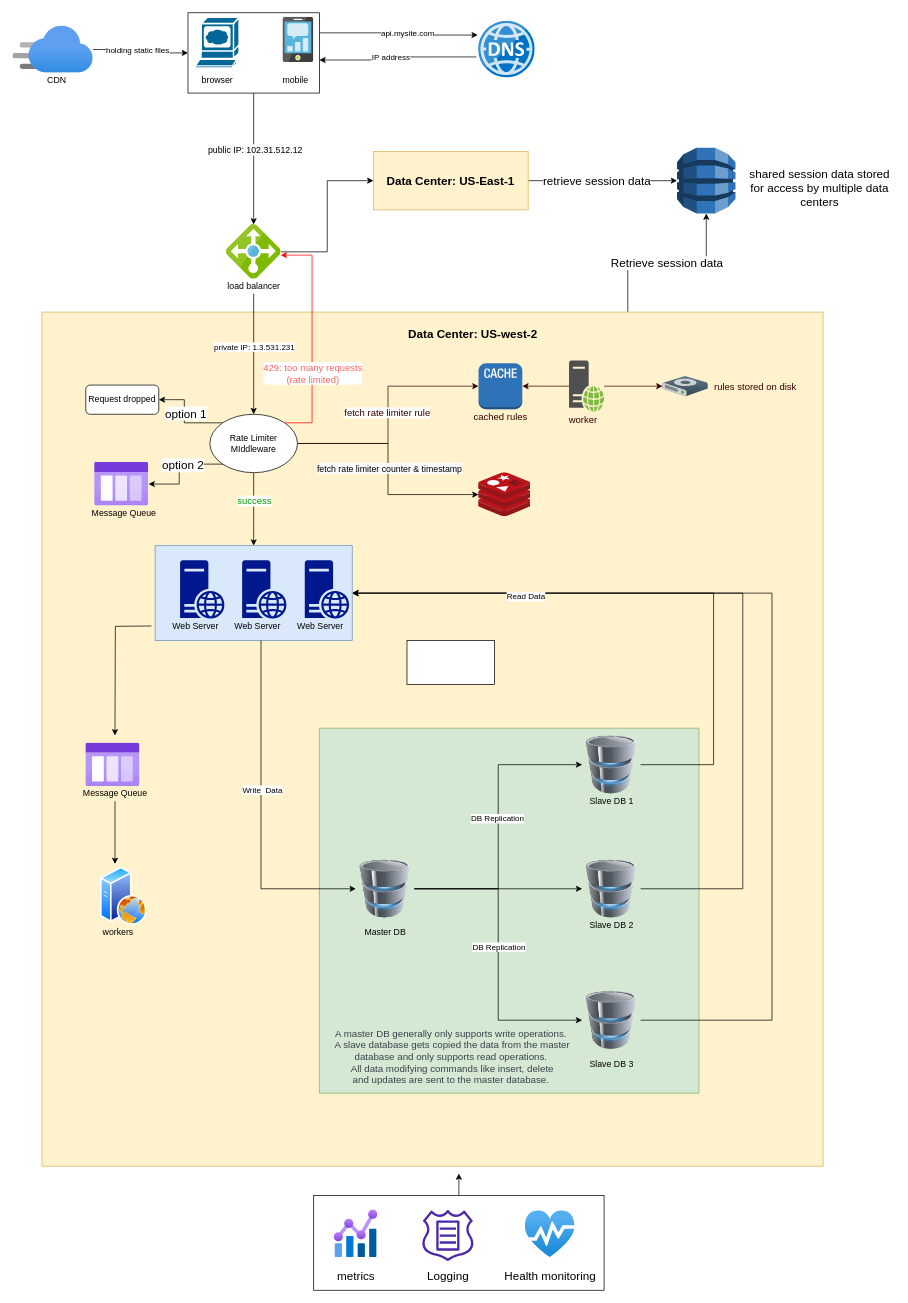
Before: Untitled Diagram.drawio in qiusli/FLAG, a draw.io diagram. Source tidied: cells renumbered, new cells numbered last; positions are measured from the earlier drawing's top-left corner, leaving out a move shared by most shapes. Both pictures are drawn from the tidied source at 73%, with x=0, y=0 at pixel (12, 12).
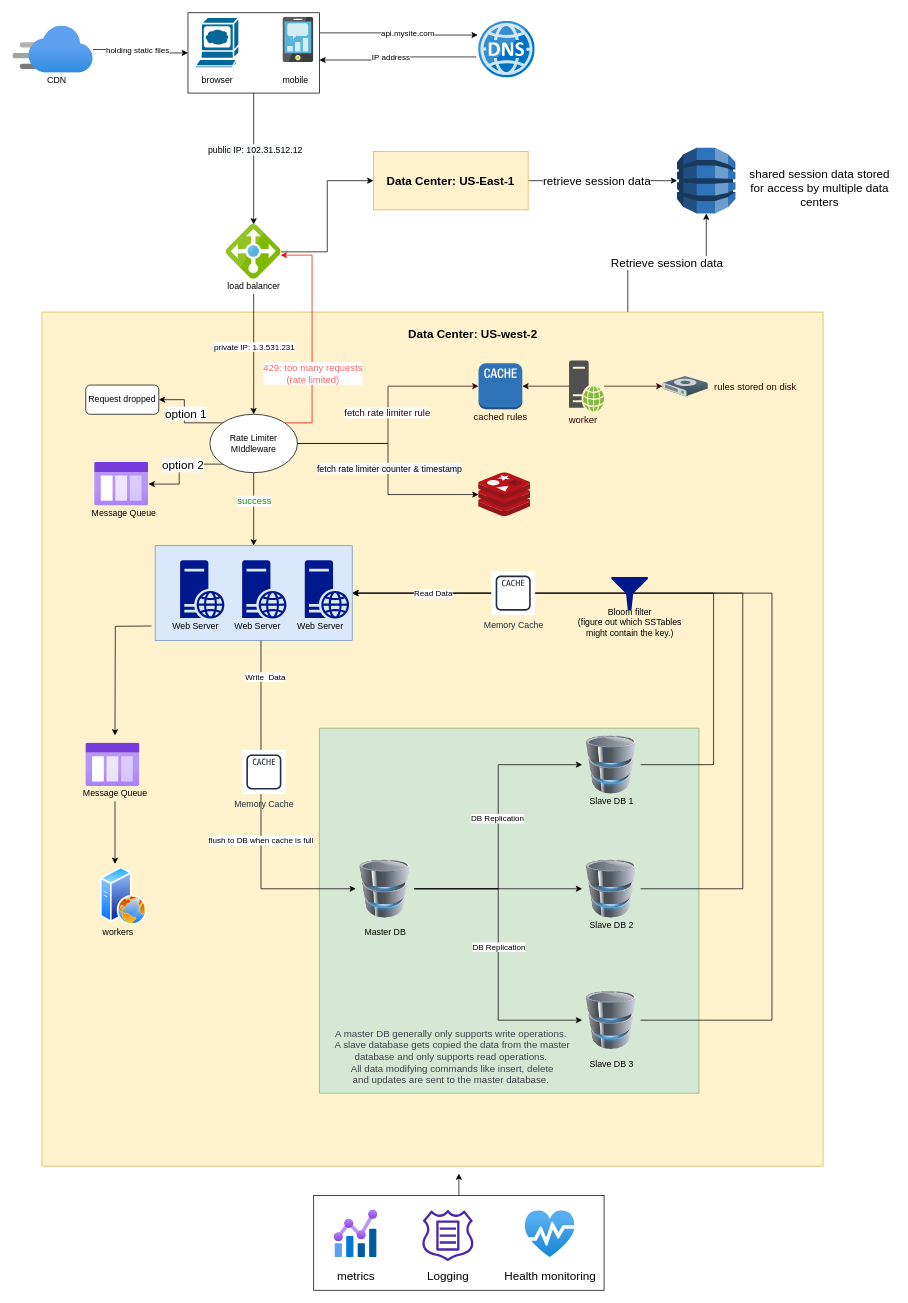
The same page after the edit.

Unchanged cells that the change refers to:
```xml
<mxCell id="49" style="edgeStyle=orthogonalEdgeStyle;rounded=0;jettySize=auto;html=1;entryX=0;entryY=0.5;entryDx=0;entryDy=0;" parent="1" edge="1" target="58">
  <mxGeometry relative="1" as="geometry">
    <mxPoint x="340" y="860" as="sourcePoint" />
    <Array as="points">
      <mxPoint x="340" y="1200" />
    </Array>
  </mxGeometry>
</mxCell>
<mxCell id="63" style="edgeStyle=orthogonalEdgeStyle;rounded=0;jettySize=auto;html=1;entryX=1;entryY=0.5;entryDx=0;entryDy=0;strokeColor=default;" parent="1" edge="1" source="65" target="8">
  <mxGeometry relative="1" as="geometry">
    <Array as="points">
      <mxPoint x="960" y="1030" />
      <mxPoint x="960" y="795" />
    </Array>
  </mxGeometry>
</mxCell>
```

Change to the diagram source:
```diff
@@
     <mxCell id="50" value="Write&amp;nbsp; Data" style="edgeLabel;html=1;align=center;verticalAlign=middle;" parent="49" vertex="1">
-      <mxGeometry x="-0.13" y="1" relative="1" as="geometry" />
+      <mxGeometry x="-0.13" y="1" relative="1" as="geometry">
+        <mxPoint x="4" y="-155" as="offset" />
+      </mxGeometry>
     </mxCell>
+    <mxCell id="99" value="flush to DB when cache is full" style="edgeLabel;html=1;align=center;verticalAlign=middle;" parent="49" vertex="1">
+      <mxGeometry x="0.16" y="-1" relative="1" as="geometry" />
+    </mxCell>
@@
     <mxCell id="64" value="Read Data" style="edgeLabel;html=1;align=center;verticalAlign=middle;" parent="63" vertex="1">
-      <mxGeometry x="0.43" y="4" relative="1" as="geometry" />
+      <mxGeometry x="0.43" y="4" relative="1" as="geometry">
+        <mxPoint x="-127" y="-4" as="offset" />
+      </mxGeometry>
     </mxCell>
@@
-    <mxCell id="76" style="rounded=0;whiteSpace=wrap;html=1;" parent="1" vertex="1">
-      <mxGeometry x="540" y="860" width="120" height="60" as="geometry" />
-    </mxCell>
@@
+    <mxCell id="100" value="Memory Cache" style="sketch=0;fontColor=#232F3E;gradientColor=none;strokeColor=#232F3E;fillColor=#ffffff;dashed=0;verticalLabelPosition=bottom;verticalAlign=top;align=center;html=1;fontSize=12;fontStyle=0;shape=mxgraph.aws4.resourceIcon;resIcon=mxgraph.aws4.cache_node;" parent="1" vertex="1">
+      <mxGeometry x="314" y="1010" width="60" height="60" as="geometry" />
+    </mxCell>
+    <mxCell id="101" value="Memory Cache" style="sketch=0;fontColor=#232F3E;gradientColor=none;strokeColor=#232F3E;fillColor=#ffffff;dashed=0;verticalLabelPosition=bottom;verticalAlign=top;align=center;html=1;fontSize=12;fontStyle=0;shape=mxgraph.aws4.resourceIcon;resIcon=mxgraph.aws4.cache_node;" parent="1" vertex="1">
+      <mxGeometry x="655.5" y="765" width="60" height="60" as="geometry" />
+    </mxCell>
+    <mxCell id="102" style="sketch=0;shadow=0;dashed=0;html=1;strokeColor=none;labelPosition=center;verticalLabelPosition=bottom;verticalAlign=top;align=center;fillColor=#00188D;shape=mxgraph.mscae.enterprise.filter;" parent="1" vertex="1">
+      <mxGeometry x="820" y="773" width="50" height="45" as="geometry" />
+    </mxCell>
+    <mxCell id="103" value="Bloom filter &lt;br&gt;(&lt;font style=&quot;font-size: 12px&quot;&gt;&lt;span style=&quot;font-family: &amp;#34;liberationserif&amp;#34;&quot;&gt;figure out which SSTables &lt;br&gt;might contain the key.&lt;/span&gt;)&lt;/font&gt;" style="text;html=1;align=center;verticalAlign=middle;strokeColor=none;fillColor=none;" parent="1" vertex="1">
+      <mxGeometry x="765" y="810" width="160" height="50" as="geometry" />
+    </mxCell>
```
